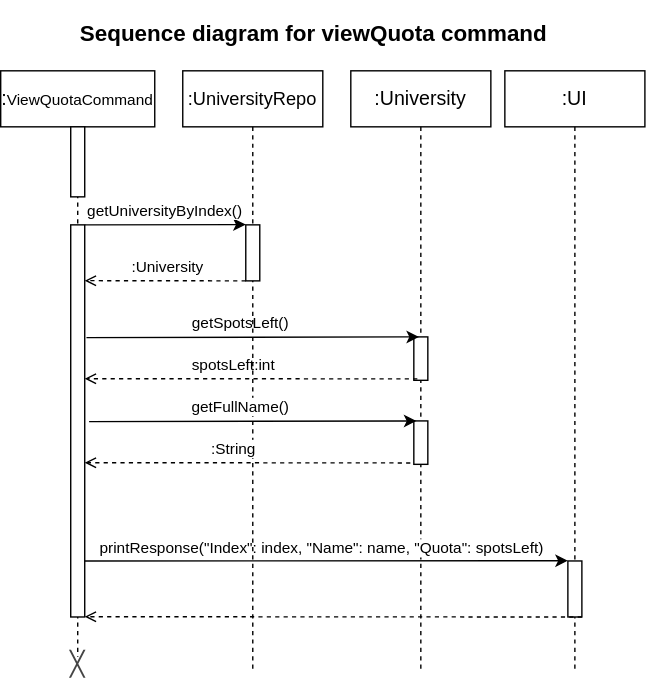
The draw.io diagram docs/UML_Diagrams/ViewQuotaSequence.drawio.svg in paulktham/tp, before a commit. Source tidied: cells renumbered, new cells last; positions are measured from the earlier drawing's top-left corner, leaving out a move shared by most shapes.
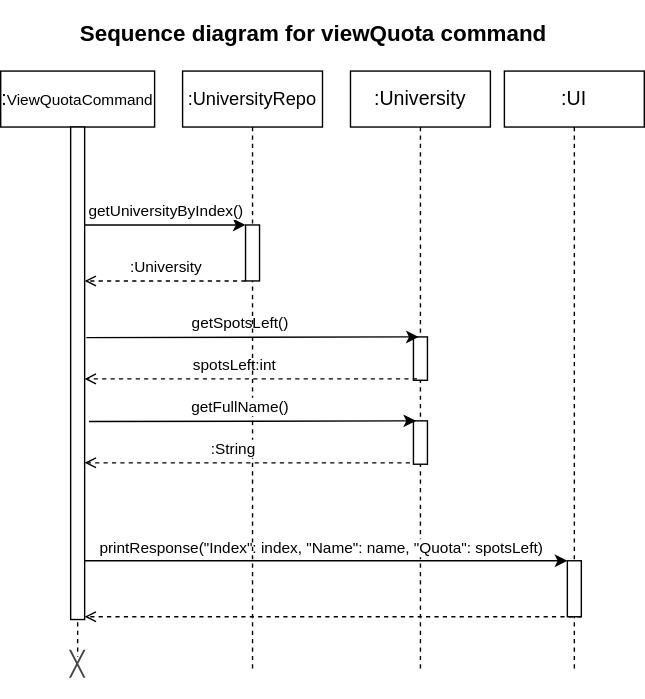
After the change.

Commit message:
Close activation bar in ViewQuotaSequence.drawio.svg

Change to the diagram source:
```diff
@@ -6,11 +6,8 @@
       <mxGeometry y="50" width="110" height="420" as="geometry" />
     </mxCell>
     <mxCell id="3" style="html=1;perimeter=orthogonalPerimeter;targetShapes=umlLifeline;newEdgeStyle={&quot;edgeStyle&quot;:&quot;elbowEdgeStyle&quot;,&quot;elbow&quot;:&quot;vertical&quot;,&quot;curved&quot;:0,&quot;rounded&quot;:0};" parent="2" vertex="1">
-      <mxGeometry x="50" y="40" width="10" height="50" as="geometry" />
+      <mxGeometry x="50" y="40" width="10" height="352" as="geometry" />
     </mxCell>
-    <mxCell id="4" style="html=1;points=[];perimeter=orthogonalPerimeter;outlineConnect=0;targetShapes=umlLifeline;portConstraint=eastwest;newEdgeStyle={&quot;edgeStyle&quot;:&quot;elbowEdgeStyle&quot;,&quot;elbow&quot;:&quot;vertical&quot;,&quot;curved&quot;:0,&quot;rounded&quot;:0};" parent="2" vertex="1">
-      <mxGeometry x="50" y="110" width="10" height="280" as="geometry" />
-    </mxCell>
     <mxCell id="5" value="&lt;span style=&quot;color: rgb(68, 68, 68); font-family: Arial, Helvetica, sans-serif; text-align: left; background-color: rgb(255, 255, 255);&quot;&gt;&lt;font style=&quot;font-size: 17px;&quot;&gt;╳&lt;/font&gt;&lt;/span&gt;" style="text;html=1;align=center;verticalAlign=middle;whiteSpace=wrap;rounded=0;" parent="1" vertex="1">
       <mxGeometry x="25" y="460" width="60" height="30" as="geometry" />
     </mxCell>
@@ -32,9 +29,10 @@
         </Array>
       </mxGeometry>
     </mxCell>
-    <mxCell id="10" value="spotsLeft:int" style="edgeStyle=elbowEdgeStyle;rounded=0;jettySize=auto;html=1;elbow=vertical;curved=0;endArrow=open;endFill=0;dashed=1;" parent="1" edge="1" target="4">
+    <mxCell id="10" value="spotsLeft:int" style="edgeStyle=elbowEdgeStyle;rounded=0;orthogonalLoop=1;jettySize=auto;html=1;elbow=vertical;curved=0;endArrow=open;endFill=0;dashed=1;" parent="1" edge="1">
       <mxGeometry x="0.11" y="-10" relative="1" as="geometry">
         <mxPoint x="297.5" y="270" as="sourcePoint" />
+        <mxPoint x="60" y="270" as="targetPoint" />
       </mxGeometry>
     </mxCell>
     <mxCell id="11" value="&lt;span style=&quot;font-size: 14px;&quot;&gt;:UI&lt;/span&gt;" style="shape=umlLifeline;perimeter=lifelinePerimeter;whiteSpace=wrap;html=1;newEdgeStyle={&quot;edgeStyle&quot;:&quot;elbowEdgeStyle&quot;,&quot;elbow&quot;:&quot;vertical&quot;,&quot;curved&quot;:0,&quot;rounded&quot;:0};" parent="1" vertex="1">
@@ -89,9 +87,10 @@
         </Array>
       </mxGeometry>
     </mxCell>
-    <mxCell id="22" value=":String" style="edgeStyle=elbowEdgeStyle;rounded=0;jettySize=auto;html=1;elbow=vertical;curved=0;endArrow=open;endFill=0;dashed=1;" parent="1" edge="1" target="4">
+    <mxCell id="22" value=":String" style="edgeStyle=elbowEdgeStyle;rounded=0;orthogonalLoop=1;jettySize=auto;html=1;elbow=vertical;curved=0;endArrow=open;endFill=0;dashed=1;" parent="1" edge="1">
       <mxGeometry x="0.1" y="-10" relative="1" as="geometry">
         <mxPoint x="292.5" y="330" as="sourcePoint" />
+        <mxPoint x="60" y="330" as="targetPoint" />
         <mxPoint x="1" as="offset" />
       </mxGeometry>
     </mxCell>
```
